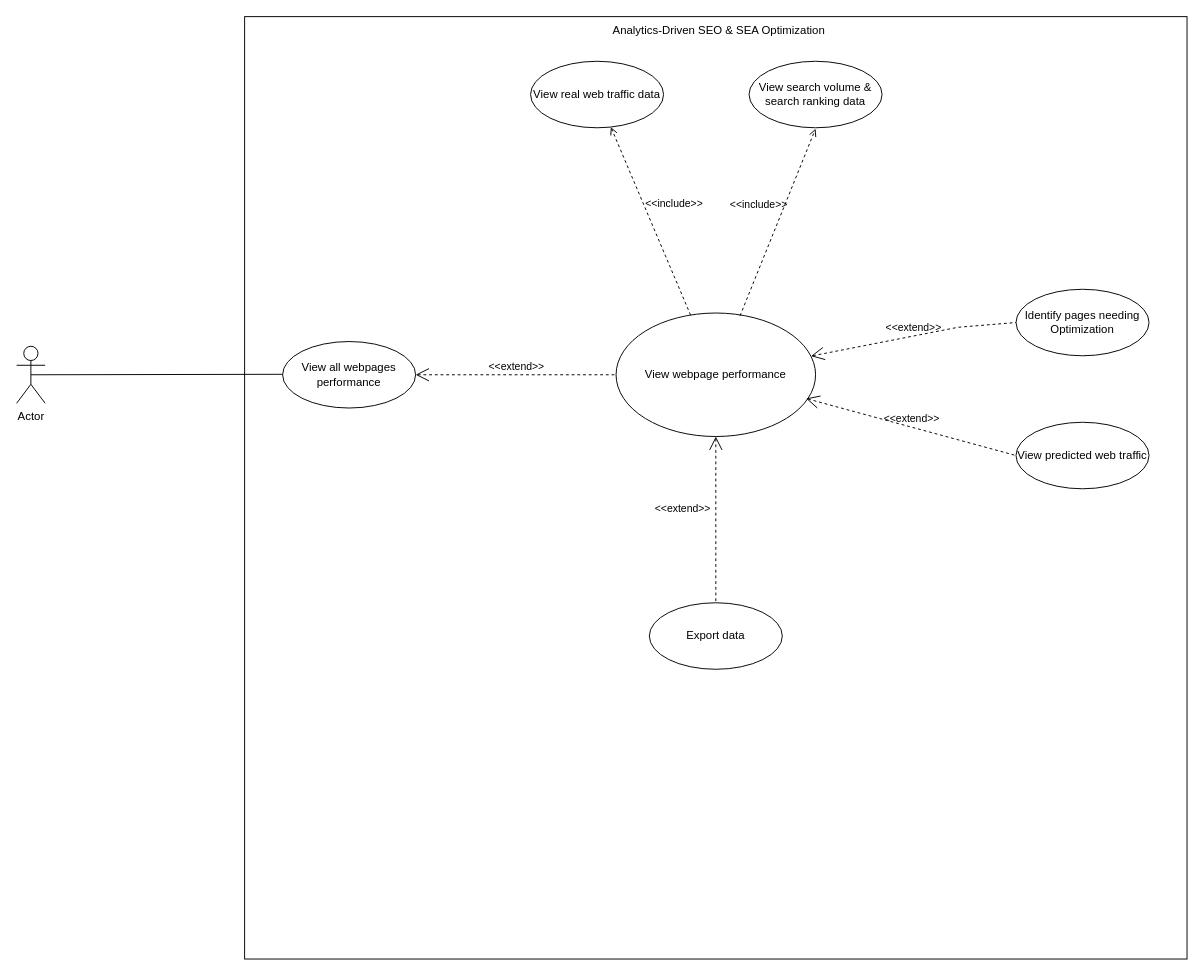
The draw.io diagram Analysis_artefacts/use_case_diag/use_case_diag.drawio in Warglaive/Fontys_deliverables_spienzer, before the edit. Source tidied: cells renumbered, new cells numbered last; positions are measured from the earlier drawing's top-left corner, leaving out a move shared by most shapes. Both pictures are drawn from the tidied source at 95%, with x=0, y=0 at pixel (16, 16).
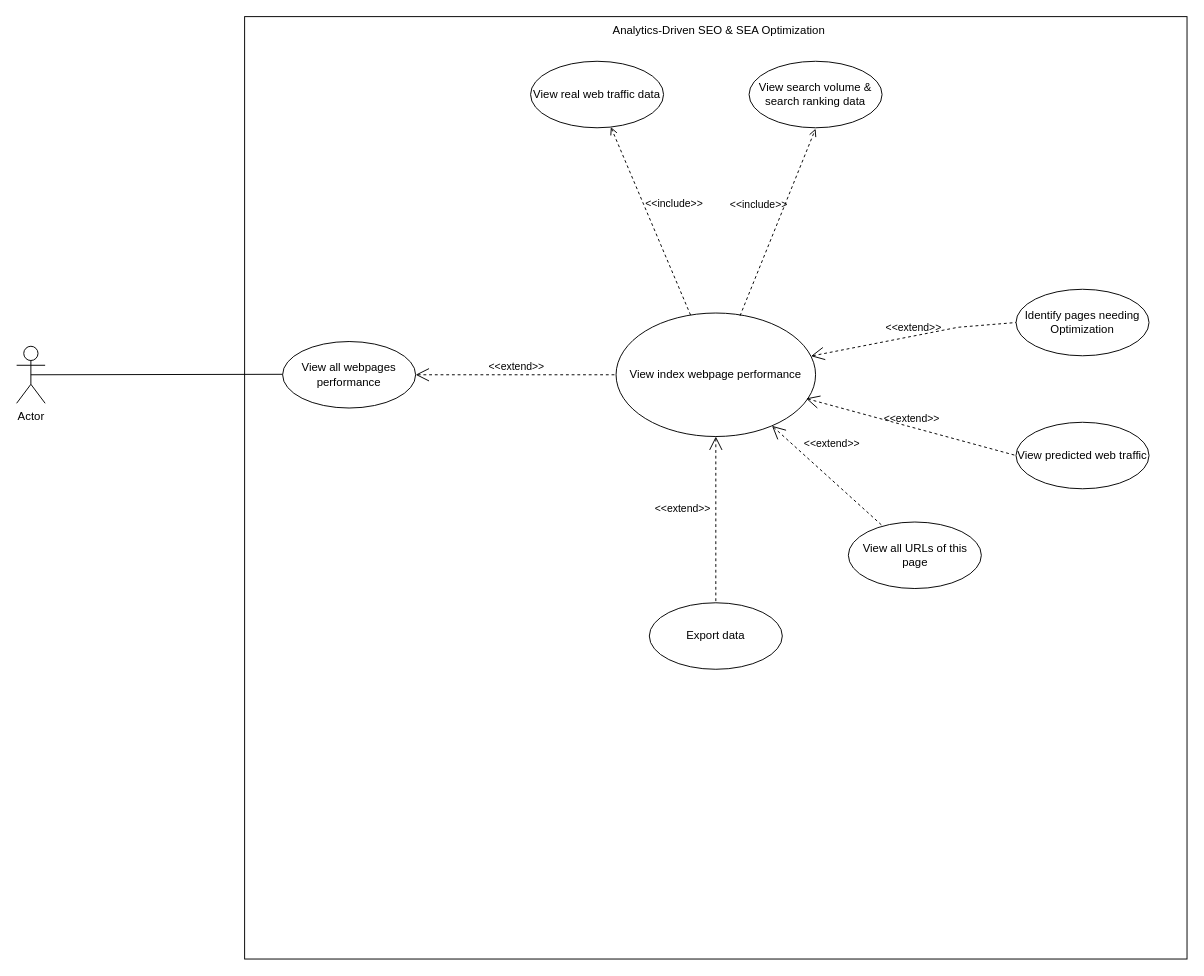
After the change.

What changed in the source:
```diff
@@
-    <mxCell id="4" value="View webpage performance" style="ellipse;whiteSpace=wrap;html=1;" parent="1" vertex="1">
+    <mxCell id="4" value="View index webpage performance" style="ellipse;whiteSpace=wrap;html=1;" parent="1" vertex="1">
       <mxGeometry x="631" y="312" width="210" height="130" as="geometry" />
     </mxCell>
@@
+    <mxCell id="19" value="&amp;lt;&amp;lt;extend&amp;gt;&amp;gt;" style="edgeStyle=none;html=1;startArrow=open;endArrow=none;startSize=12;verticalAlign=bottom;dashed=1;labelBackgroundColor=none;rounded=0;" parent="1" edge="1" source="4" target="20">
+      <mxGeometry x="-0.16" y="21" relative="1" as="geometry" />
+    </mxCell>
+    <mxCell id="20" value="View all URLs of this page" style="ellipse;whiteSpace=wrap;html=1;" parent="1" vertex="1">
+      <mxGeometry x="875.5" y="532" width="140" height="70" as="geometry" />
+    </mxCell>
```
